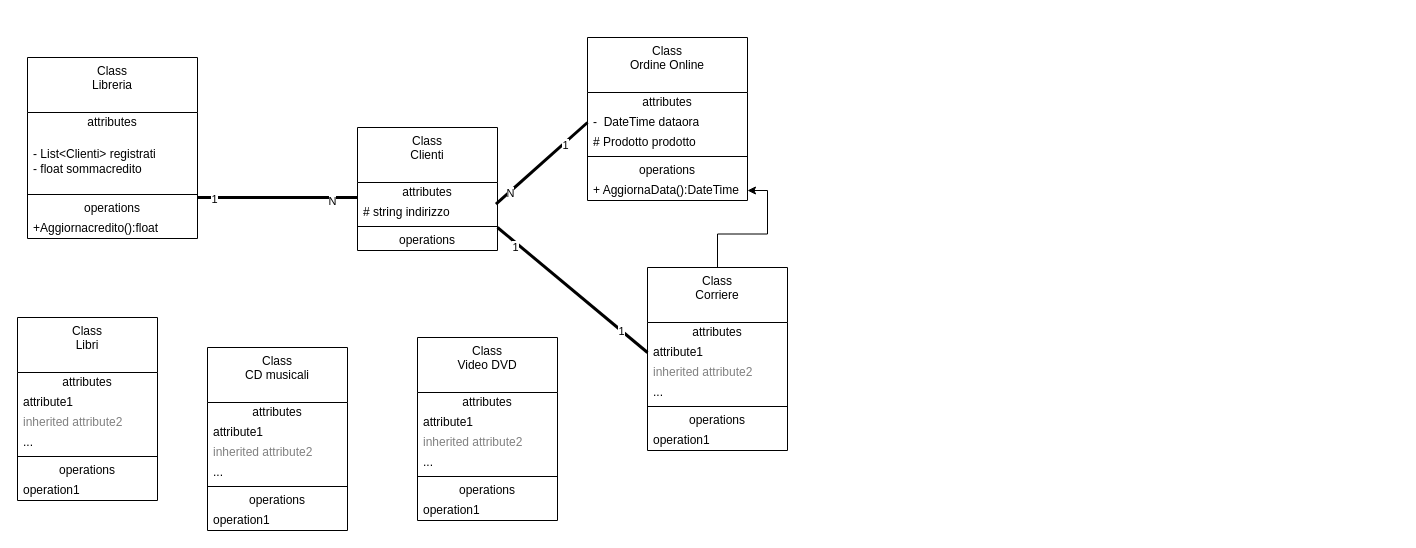
Before: Es8.drawio in LuciaFornasier/luciafrornasieres8, a draw.io diagram. Source tidied: cells renumbered, new cells numbered last; positions are measured from the earlier drawing's top-left corner, leaving out a move shared by most shapes. Both pictures are drawn from the tidied source at 100%, with x=0, y=0 at pixel (17, 37).
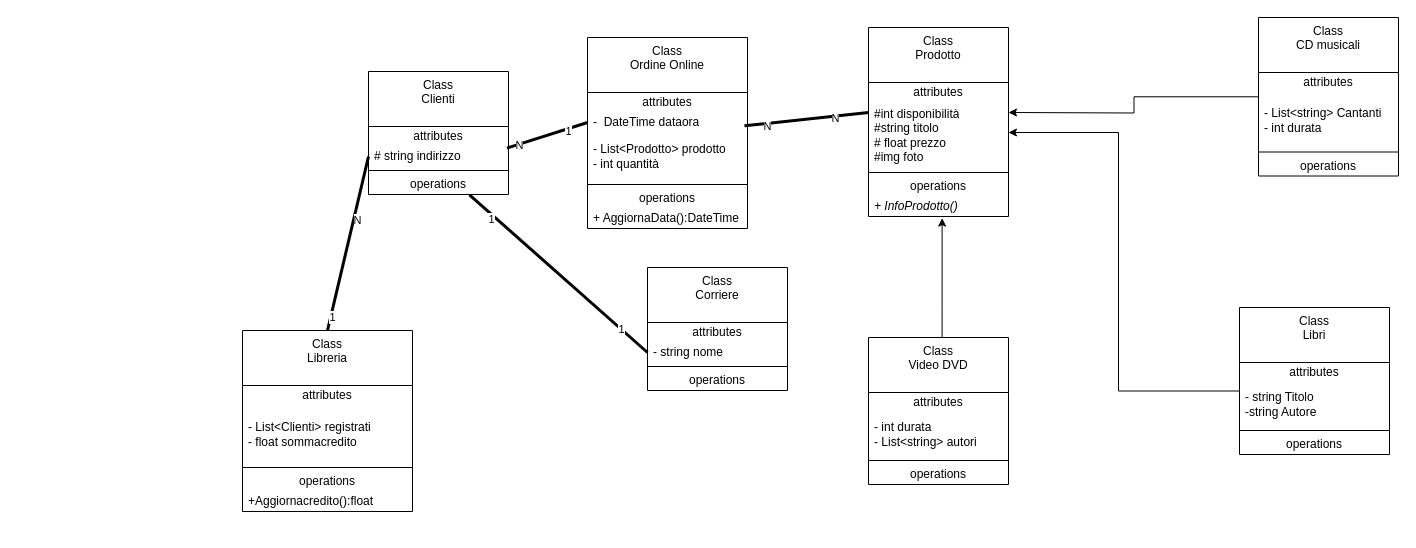
After the change.

Unchanged cells that the change refers to:
```xml
<mxCell id="10" value="# string indirizzo" style="text;html=1;strokeColor=none;fillColor=none;align=left;verticalAlign=middle;spacingLeft=4;spacingRight=4;overflow=hidden;points=[[0,0.5],[1,0.5]];portConstraint=eastwest;whiteSpace=wrap;" parent="8" vertex="1">
  <mxGeometry y="75" width="140" height="20" as="geometry" />
</mxCell>
<mxCell id="12" value="operations" style="text;html=1;strokeColor=none;fillColor=none;align=center;verticalAlign=middle;spacingLeft=4;spacingRight=4;overflow=hidden;points=[[0,0.5],[1,0.5]];portConstraint=eastwest;whiteSpace=wrap;" parent="8" vertex="1">
  <mxGeometry y="103" width="140" height="20" as="geometry" />
</mxCell>
```

What changed in the source:
```diff
@@
     <mxCell id="2" value="Class&lt;div&gt;Libreria&lt;/div&gt;" style="swimlane;fontStyle=0;align=center;verticalAlign=top;horizontal=1;startSize=55;html=1;whiteSpace=wrap;" parent="1" vertex="1">
-      <mxGeometry x="10" y="20" width="170" height="181" as="geometry" />
+      <mxGeometry x="225" y="293" width="170" height="181" as="geometry" />
     </mxCell>
@@
     <mxCell id="8" value="Class&lt;div&gt;Clienti&lt;/div&gt;" style="swimlane;fontStyle=0;align=center;verticalAlign=top;horizontal=1;startSize=55;html=1;whiteSpace=wrap;" parent="1" vertex="1">
-      <mxGeometry x="340" y="90" width="140" height="123" as="geometry" />
+      <mxGeometry x="351" y="34" width="140" height="123" as="geometry" />
     </mxCell>
@@
+    <mxCell id="62" style="edgeStyle=orthogonalEdgeStyle;rounded=0;jettySize=auto;html=1;entryX=1;entryY=0.5;entryDx=0;entryDy=0;" parent="1" edge="1" source="13">
+      <mxGeometry relative="1" as="geometry">
+        <mxPoint x="991" y="95" as="targetPoint" />
+        <Array as="points">
+          <mxPoint x="1101" y="353.5" />
+          <mxPoint x="1101" y="95" />
+        </Array>
+      </mxGeometry>
+    </mxCell>
     <mxCell id="13" value="Class&lt;div&gt;Libri&lt;/div&gt;" style="swimlane;fontStyle=0;align=center;verticalAlign=top;horizontal=1;startSize=55;html=1;whiteSpace=wrap;" parent="1" vertex="1">
-      <mxGeometry y="280" width="140" height="183" as="geometry" />
+      <mxGeometry x="1222" y="270" width="150" height="147" as="geometry" />
     </mxCell>
     <mxCell id="14" value="attributes" style="text;html=1;strokeColor=none;fillColor=none;align=center;verticalAlign=middle;spacingLeft=4;spacingRight=4;overflow=hidden;whiteSpace=wrap;" parent="13" vertex="1">
-      <mxGeometry y="55" width="140" height="20" as="geometry" />
+      <mxGeometry y="55" width="150" height="20" as="geometry" />
     </mxCell>
-    <mxCell id="15" value="attribute1" style="text;html=1;strokeColor=none;fillColor=none;align=left;verticalAlign=middle;spacingLeft=4;spacingRight=4;overflow=hidden;whiteSpace=wrap;" parent="13" vertex="1">
-      <mxGeometry y="75" width="140" height="20" as="geometry" />
+    <mxCell id="15" value="- string Titolo&lt;div&gt;-string Autore&lt;/div&gt;" style="text;html=1;strokeColor=none;fillColor=none;align=left;verticalAlign=middle;spacingLeft=4;spacingRight=4;overflow=hidden;whiteSpace=wrap;" parent="13" vertex="1">
+      <mxGeometry y="75" width="150" height="44" as="geometry" />
     </mxCell>
-    <mxCell id="16" value="inherited attribute2" style="text;html=1;strokeColor=none;fillColor=none;align=left;verticalAlign=middle;spacingLeft=4;spacingRight=4;overflow=hidden;fontColor=#808080;whiteSpace=wrap;" parent="13" vertex="1">
-      <mxGeometry y="95" width="140" height="20" as="geometry" />
-    </mxCell>
-    <mxCell id="17" value="..." style="text;html=1;strokeColor=none;fillColor=none;align=left;verticalAlign=middle;spacingLeft=4;spacingRight=4;overflow=hidden;whiteSpace=wrap;" parent="13" vertex="1">
-      <mxGeometry y="115" width="140" height="20" as="geometry" />
-    </mxCell>
     <mxCell id="18" style="line;strokeWidth=1;fillColor=none;align=left;verticalAlign=middle;spacingTop=-1;spacingLeft=3;spacingRight=3;labelPosition=right;" parent="13" vertex="1">
-      <mxGeometry y="135" width="140" height="8" as="geometry" />
+      <mxGeometry y="119" width="150" height="8" as="geometry" />
     </mxCell>
     <mxCell id="19" value="operations" style="text;html=1;strokeColor=none;fillColor=none;align=center;verticalAlign=middle;spacingLeft=4;spacingRight=4;overflow=hidden;whiteSpace=wrap;" parent="13" vertex="1">
-      <mxGeometry y="143" width="140" height="20" as="geometry" />
+      <mxGeometry y="127" width="150" height="20" as="geometry" />
     </mxCell>
-    <mxCell id="20" value="operation1" style="text;html=1;strokeColor=none;fillColor=none;align=left;verticalAlign=middle;spacingLeft=4;spacingRight=4;overflow=hidden;whiteSpace=wrap;" parent="13" vertex="1">
-      <mxGeometry y="163" width="140" height="20" as="geometry" />
-    </mxCell>
+    <mxCell id="63" style="edgeStyle=orthogonalEdgeStyle;rounded=0;jettySize=auto;html=1;entryX=1;entryY=0.5;entryDx=0;entryDy=0;" parent="1" edge="1" source="21">
+      <mxGeometry x="-0.57" relative="1" as="geometry">
+        <mxPoint x="991" y="75" as="targetPoint" />
+      </mxGeometry>
+    </mxCell>
     <mxCell id="21" value="Class&lt;div&gt;CD musicali&lt;/div&gt;" style="swimlane;fontStyle=0;align=center;verticalAlign=top;horizontal=1;startSize=55;html=1;whiteSpace=wrap;" parent="1" vertex="1">
-      <mxGeometry x="190" y="310" width="140" height="183" as="geometry" />
+      <mxGeometry x="1241" y="-20" width="140" height="158.5" as="geometry" />
     </mxCell>
@@
-    <mxCell id="23" value="attribute1" style="text;html=1;strokeColor=none;fillColor=none;align=left;verticalAlign=middle;spacingLeft=4;spacingRight=4;overflow=hidden;whiteSpace=wrap;" parent="21" vertex="1">
-      <mxGeometry y="75" width="140" height="20" as="geometry" />
+    <mxCell id="23" value="- List&amp;lt;string&amp;gt; Cantanti&lt;div&gt;- int durata&lt;/div&gt;" style="text;html=1;strokeColor=none;fillColor=none;align=left;verticalAlign=middle;spacingLeft=4;spacingRight=4;overflow=hidden;whiteSpace=wrap;" parent="21" vertex="1">
+      <mxGeometry y="75" width="140" height="55.5" as="geometry" />
     </mxCell>
-    <mxCell id="24" value="inherited attribute2" style="text;html=1;strokeColor=none;fillColor=none;align=left;verticalAlign=middle;spacingLeft=4;spacingRight=4;overflow=hidden;fontColor=#808080;whiteSpace=wrap;" parent="21" vertex="1">
-      <mxGeometry y="95" width="140" height="20" as="geometry" />
-    </mxCell>
-    <mxCell id="25" value="..." style="text;html=1;strokeColor=none;fillColor=none;align=left;verticalAlign=middle;spacingLeft=4;spacingRight=4;overflow=hidden;whiteSpace=wrap;" parent="21" vertex="1">
-      <mxGeometry y="115" width="140" height="20" as="geometry" />
-    </mxCell>
     <mxCell id="26" style="line;strokeWidth=1;fillColor=none;align=left;verticalAlign=middle;spacingTop=-1;spacingLeft=3;spacingRight=3;labelPosition=right;" parent="21" vertex="1">
-      <mxGeometry y="135" width="140" height="8" as="geometry" />
+      <mxGeometry y="130.5" width="140" height="8" as="geometry" />
     </mxCell>
     <mxCell id="27" value="operations" style="text;html=1;strokeColor=none;fillColor=none;align=center;verticalAlign=middle;spacingLeft=4;spacingRight=4;overflow=hidden;whiteSpace=wrap;" parent="21" vertex="1">
-      <mxGeometry y="143" width="140" height="20" as="geometry" />
+      <mxGeometry y="138.5" width="140" height="20" as="geometry" />
     </mxCell>
-    <mxCell id="28" value="operation1" style="text;html=1;strokeColor=none;fillColor=none;align=left;verticalAlign=middle;spacingLeft=4;spacingRight=4;overflow=hidden;whiteSpace=wrap;" parent="21" vertex="1">
-      <mxGeometry y="163" width="140" height="20" as="geometry" />
-    </mxCell>
+    <mxCell id="64" style="edgeStyle=orthogonalEdgeStyle;rounded=0;jettySize=auto;html=1;entryX=0.526;entryY=1.08;entryDx=0;entryDy=0;entryPerimeter=0;" parent="1" edge="1" source="29" target="70">
+      <mxGeometry x="-0.22" relative="1" as="geometry">
+        <Array as="points">
+          <mxPoint x="924.6" y="270" />
+          <mxPoint x="924.6" y="270" />
+        </Array>
+      </mxGeometry>
+    </mxCell>
     <mxCell id="29" value="Class&lt;div&gt;Video DVD&lt;/div&gt;" style="swimlane;fontStyle=0;align=center;verticalAlign=top;horizontal=1;startSize=55;html=1;whiteSpace=wrap;" parent="1" vertex="1">
-      <mxGeometry x="400" y="300" width="140" height="183" as="geometry" />
+      <mxGeometry x="851" y="300" width="140" height="147" as="geometry" />
     </mxCell>
@@
-    <mxCell id="31" value="attribute1" style="text;html=1;strokeColor=none;fillColor=none;align=left;verticalAlign=middle;spacingLeft=4;spacingRight=4;overflow=hidden;whiteSpace=wrap;" parent="29" vertex="1">
-      <mxGeometry y="75" width="140" height="20" as="geometry" />
+    <mxCell id="31" value="- int durata&lt;div&gt;- List&amp;lt;string&amp;gt; autori&lt;/div&gt;" style="text;html=1;strokeColor=none;fillColor=none;align=left;verticalAlign=middle;spacingLeft=4;spacingRight=4;overflow=hidden;whiteSpace=wrap;" parent="29" vertex="1">
+      <mxGeometry y="75" width="140" height="44" as="geometry" />
     </mxCell>
-    <mxCell id="32" value="inherited attribute2" style="text;html=1;strokeColor=none;fillColor=none;align=left;verticalAlign=middle;spacingLeft=4;spacingRight=4;overflow=hidden;fontColor=#808080;whiteSpace=wrap;" parent="29" vertex="1">
-      <mxGeometry y="95" width="140" height="20" as="geometry" />
-    </mxCell>
-    <mxCell id="33" value="..." style="text;html=1;strokeColor=none;fillColor=none;align=left;verticalAlign=middle;spacingLeft=4;spacingRight=4;overflow=hidden;whiteSpace=wrap;" parent="29" vertex="1">
-      <mxGeometry y="115" width="140" height="20" as="geometry" />
-    </mxCell>
     <mxCell id="34" style="line;strokeWidth=1;fillColor=none;align=left;verticalAlign=middle;spacingTop=-1;spacingLeft=3;spacingRight=3;labelPosition=right;" parent="29" vertex="1">
-      <mxGeometry y="135" width="140" height="8" as="geometry" />
+      <mxGeometry y="119" width="140" height="8" as="geometry" />
     </mxCell>
     <mxCell id="35" value="operations" style="text;html=1;strokeColor=none;fillColor=none;align=center;verticalAlign=middle;spacingLeft=4;spacingRight=4;overflow=hidden;whiteSpace=wrap;" parent="29" vertex="1">
-      <mxGeometry y="143" width="140" height="20" as="geometry" />
+      <mxGeometry y="127" width="140" height="20" as="geometry" />
     </mxCell>
-    <mxCell id="36" value="operation1" style="text;html=1;strokeColor=none;fillColor=none;align=left;verticalAlign=middle;spacingLeft=4;spacingRight=4;overflow=hidden;whiteSpace=wrap;" parent="29" vertex="1">
-      <mxGeometry y="163" width="140" height="20" as="geometry" />
-    </mxCell>
     <mxCell id="37" value="Class&lt;div&gt;Ordine Online&lt;/div&gt;" style="swimlane;fontStyle=0;align=center;verticalAlign=top;horizontal=1;startSize=55;html=1;whiteSpace=wrap;" parent="1" vertex="1">
-      <mxGeometry x="570" width="160" height="163" as="geometry" />
+      <mxGeometry x="570" width="160" height="191" as="geometry" />
     </mxCell>
@@
-    <mxCell id="40" value="# Prodotto prodotto&lt;div&gt;&lt;br&gt;&lt;/div&gt;" style="text;html=1;strokeColor=none;fillColor=none;align=left;verticalAlign=middle;spacingLeft=4;spacingRight=4;overflow=hidden;points=[[0,0.5],[1,0.5]];portConstraint=eastwest;whiteSpace=wrap;" parent="37" vertex="1">
-      <mxGeometry y="95" width="160" height="20" as="geometry" />
+    <mxCell id="40" value="- List&amp;lt;Prodotto&amp;gt; prodotto&lt;div&gt;- int quantità&lt;/div&gt;" style="text;html=1;strokeColor=none;fillColor=none;align=left;verticalAlign=middle;spacingLeft=4;spacingRight=4;overflow=hidden;points=[[0,0.5],[1,0.5]];portConstraint=eastwest;whiteSpace=wrap;" parent="37" vertex="1">
+      <mxGeometry y="95" width="160" height="48" as="geometry" />
     </mxCell>
     <mxCell id="41" style="line;strokeWidth=1;fillColor=none;align=left;verticalAlign=middle;spacingTop=-1;spacingLeft=3;spacingRight=3;labelPosition=right;" parent="37" vertex="1">
-      <mxGeometry y="115" width="160" height="8" as="geometry" />
+      <mxGeometry y="143" width="160" height="8" as="geometry" />
     </mxCell>
     <mxCell id="42" value="operations" style="text;html=1;strokeColor=none;fillColor=none;align=center;verticalAlign=middle;spacingLeft=4;spacingRight=4;overflow=hidden;whiteSpace=wrap;" parent="37" vertex="1">
-      <mxGeometry y="123" width="160" height="20" as="geometry" />
+      <mxGeometry y="151" width="160" height="20" as="geometry" />
     </mxCell>
     <mxCell id="43" value="+ AggiornaData():DateTime" style="text;html=1;strokeColor=none;fillColor=none;align=left;verticalAlign=middle;spacingLeft=4;spacingRight=4;overflow=hidden;points=[[0,0.5],[1,0.5]];portConstraint=eastwest;whiteSpace=wrap;" parent="37" vertex="1">
-      <mxGeometry y="143" width="160" height="20" as="geometry" />
+      <mxGeometry y="171" width="160" height="20" as="geometry" />
     </mxCell>
@@
-    <mxCell id="47" style="endArrow=none;startArrow=none;endFill=0;startFill=0;endSize=8;html=1;verticalAlign=bottom;labelBackgroundColor=none;strokeWidth=3;rounded=0;" parent="1" edge="1">
-      <mxGeometry relative="1" as="geometry">
-        <mxPoint x="180" y="160" as="sourcePoint" />
-        <mxPoint x="340" y="160" as="targetPoint" />
-      </mxGeometry>
+    <mxCell id="47" style="endArrow=none;startArrow=none;endFill=0;startFill=0;endSize=8;html=1;verticalAlign=bottom;labelBackgroundColor=none;strokeWidth=3;rounded=0;exitX=0.5;exitY=0;exitDx=0;exitDy=0;entryX=0;entryY=0.5;entryDx=0;entryDy=0;" parent="1" edge="1" source="2" target="10">
+      <mxGeometry relative="1" as="geometry" />
     </mxCell>
     <mxCell id="48" value="1" style="edgeLabel;html=1;align=center;verticalAlign=middle;" parent="47" vertex="1">
-      <mxGeometry x="-0.8" y="-1" relative="1" as="geometry" />
+      <mxGeometry x="-0.84" y="-1" relative="1" as="geometry" />
     </mxCell>
     <mxCell id="49" value="N" style="edgeLabel;html=1;align=center;verticalAlign=middle;" parent="47" vertex="1">
-      <mxGeometry x="0.67" y="-3" relative="1" as="geometry" />
+      <mxGeometry x="0.28" y="-3" relative="1" as="geometry" />
     </mxCell>
-    <mxCell id="50" style="edgeStyle=orthogonalEdgeStyle;rounded=0;jettySize=auto;html=1;" parent="1" edge="1" source="51" target="43">
-      <mxGeometry relative="1" as="geometry" />
-    </mxCell>
     <mxCell id="51" value="Class&lt;div&gt;Corriere&lt;/div&gt;" style="swimlane;fontStyle=0;align=center;verticalAlign=top;horizontal=1;startSize=55;html=1;whiteSpace=wrap;" parent="1" vertex="1">
-      <mxGeometry x="630" y="230" width="140" height="183" as="geometry" />
+      <mxGeometry x="630" y="230" width="140" height="123" as="geometry" />
     </mxCell>
@@
-    <mxCell id="53" value="attribute1" style="text;html=1;strokeColor=none;fillColor=none;align=left;verticalAlign=middle;spacingLeft=4;spacingRight=4;overflow=hidden;points=[[0,0.5],[1,0.5]];portConstraint=eastwest;whiteSpace=wrap;" parent="51" vertex="1">
+    <mxCell id="53" value="- string nome" style="text;html=1;strokeColor=none;fillColor=none;align=left;verticalAlign=middle;spacingLeft=4;spacingRight=4;overflow=hidden;points=[[0,0.5],[1,0.5]];portConstraint=eastwest;whiteSpace=wrap;" parent="51" vertex="1">
       <mxGeometry y="75" width="140" height="20" as="geometry" />
     </mxCell>
-    <mxCell id="54" value="inherited attribute2" style="text;html=1;strokeColor=none;fillColor=none;align=left;verticalAlign=middle;spacingLeft=4;spacingRight=4;overflow=hidden;fontColor=#808080;whiteSpace=wrap;" parent="51" vertex="1">
-      <mxGeometry y="95" width="140" height="20" as="geometry" />
-    </mxCell>
-    <mxCell id="55" value="..." style="text;html=1;strokeColor=none;fillColor=none;align=left;verticalAlign=middle;spacingLeft=4;spacingRight=4;overflow=hidden;whiteSpace=wrap;" parent="51" vertex="1">
-      <mxGeometry y="115" width="140" height="20" as="geometry" />
-    </mxCell>
     <mxCell id="56" style="line;strokeWidth=1;fillColor=none;align=left;verticalAlign=middle;spacingTop=-1;spacingLeft=3;spacingRight=3;labelPosition=right;" parent="51" vertex="1">
-      <mxGeometry y="135" width="140" height="8" as="geometry" />
+      <mxGeometry y="95" width="140" height="8" as="geometry" />
     </mxCell>
     <mxCell id="57" value="operations" style="text;html=1;strokeColor=none;fillColor=none;align=center;verticalAlign=middle;spacingLeft=4;spacingRight=4;overflow=hidden;whiteSpace=wrap;" parent="51" vertex="1">
-      <mxGeometry y="143" width="140" height="20" as="geometry" />
+      <mxGeometry y="103" width="140" height="20" as="geometry" />
     </mxCell>
-    <mxCell id="58" value="operation1" style="text;html=1;strokeColor=none;fillColor=none;align=left;verticalAlign=middle;spacingLeft=4;spacingRight=4;overflow=hidden;whiteSpace=wrap;" parent="51" vertex="1">
-      <mxGeometry y="163" width="140" height="20" as="geometry" />
-    </mxCell>
-    <mxCell id="59" style="endArrow=none;startArrow=none;endFill=0;startFill=0;endSize=8;html=1;verticalAlign=bottom;labelBackgroundColor=none;strokeWidth=3;rounded=0;entryX=0;entryY=0.5;entryDx=0;entryDy=0;" parent="1" edge="1" target="53">
-      <mxGeometry relative="1" as="geometry">
-        <mxPoint x="480" y="190" as="sourcePoint" />
-      </mxGeometry>
+    <mxCell id="59" style="endArrow=none;startArrow=none;endFill=0;startFill=0;endSize=8;html=1;verticalAlign=bottom;labelBackgroundColor=none;strokeWidth=3;rounded=0;entryX=0;entryY=0.5;entryDx=0;entryDy=0;exitX=0.721;exitY=1.017;exitDx=0;exitDy=0;exitPerimeter=0;" parent="1" edge="1" source="12" target="53">
+      <mxGeometry relative="1" as="geometry" />
     </mxCell>
@@
     <mxCell id="61" value="1" style="edgeLabel;html=1;align=center;verticalAlign=middle;" parent="59" vertex="1">
-      <mxGeometry x="0.65" relative="1" as="geometry" />
+      <mxGeometry x="0.71" relative="1" as="geometry" />
     </mxCell>
+    <mxCell id="65" value="&lt;div&gt;Class&lt;/div&gt;Prodotto&lt;div&gt;&lt;br&gt;&lt;/div&gt;" style="swimlane;fontStyle=0;align=center;verticalAlign=top;horizontal=1;startSize=55;html=1;whiteSpace=wrap;" parent="1" vertex="1">
+      <mxGeometry x="851" y="-10" width="140" height="189" as="geometry" />
+    </mxCell>
+    <mxCell id="66" value="attributes" style="text;html=1;strokeColor=none;fillColor=none;align=center;verticalAlign=middle;spacingLeft=4;spacingRight=4;overflow=hidden;whiteSpace=wrap;" parent="65" vertex="1">
+      <mxGeometry y="55" width="140" height="20" as="geometry" />
+    </mxCell>
+    <mxCell id="67" value="#int disponibilità&lt;div&gt;#string titolo&lt;/div&gt;&lt;div&gt;# float prezzo&lt;/div&gt;&lt;div&gt;#img foto&lt;/div&gt;" style="text;html=1;strokeColor=none;fillColor=none;align=left;verticalAlign=middle;spacingLeft=4;spacingRight=4;overflow=hidden;whiteSpace=wrap;" parent="65" vertex="1">
+      <mxGeometry y="75" width="140" height="66" as="geometry" />
+    </mxCell>
+    <mxCell id="68" style="line;strokeWidth=1;fillColor=none;align=left;verticalAlign=middle;spacingTop=-1;spacingLeft=3;spacingRight=3;labelPosition=right;" parent="65" vertex="1">
+      <mxGeometry y="141" width="140" height="8" as="geometry" />
+    </mxCell>
+    <mxCell id="69" value="operations" style="text;html=1;strokeColor=none;fillColor=none;align=center;verticalAlign=middle;spacingLeft=4;spacingRight=4;overflow=hidden;whiteSpace=wrap;" parent="65" vertex="1">
+      <mxGeometry y="149" width="140" height="20" as="geometry" />
+    </mxCell>
+    <mxCell id="70" value="&lt;i&gt;+ InfoProdotto()&lt;/i&gt;" style="text;html=1;strokeColor=none;fillColor=none;align=left;verticalAlign=middle;spacingLeft=4;spacingRight=4;overflow=hidden;points=[[0,0.5],[1,0.5]];portConstraint=eastwest;whiteSpace=wrap;" parent="65" vertex="1">
+      <mxGeometry y="169" width="140" height="20" as="geometry" />
+    </mxCell>
+    <mxCell id="71" style="endArrow=none;startArrow=none;endFill=0;startFill=0;endSize=8;html=1;verticalAlign=bottom;labelBackgroundColor=none;strokeWidth=3;rounded=0;entryX=0;entryY=0.5;entryDx=0;entryDy=0;exitX=0.981;exitY=-0.14;exitDx=0;exitDy=0;exitPerimeter=0;" parent="1" edge="1" source="40">
+      <mxGeometry relative="1" as="geometry">
+        <mxPoint x="851" y="75" as="targetPoint" />
+      </mxGeometry>
+    </mxCell>
+    <mxCell id="72" value="N" style="edgeLabel;html=1;align=center;verticalAlign=middle;" parent="71" vertex="1">
+      <mxGeometry x="-0.64" y="-3" relative="1" as="geometry" />
+    </mxCell>
+    <mxCell id="73" value="N" style="edgeLabel;html=1;align=center;verticalAlign=middle;" parent="71" vertex="1">
+      <mxGeometry x="0.46" y="-2" relative="1" as="geometry" />
+    </mxCell>
```
